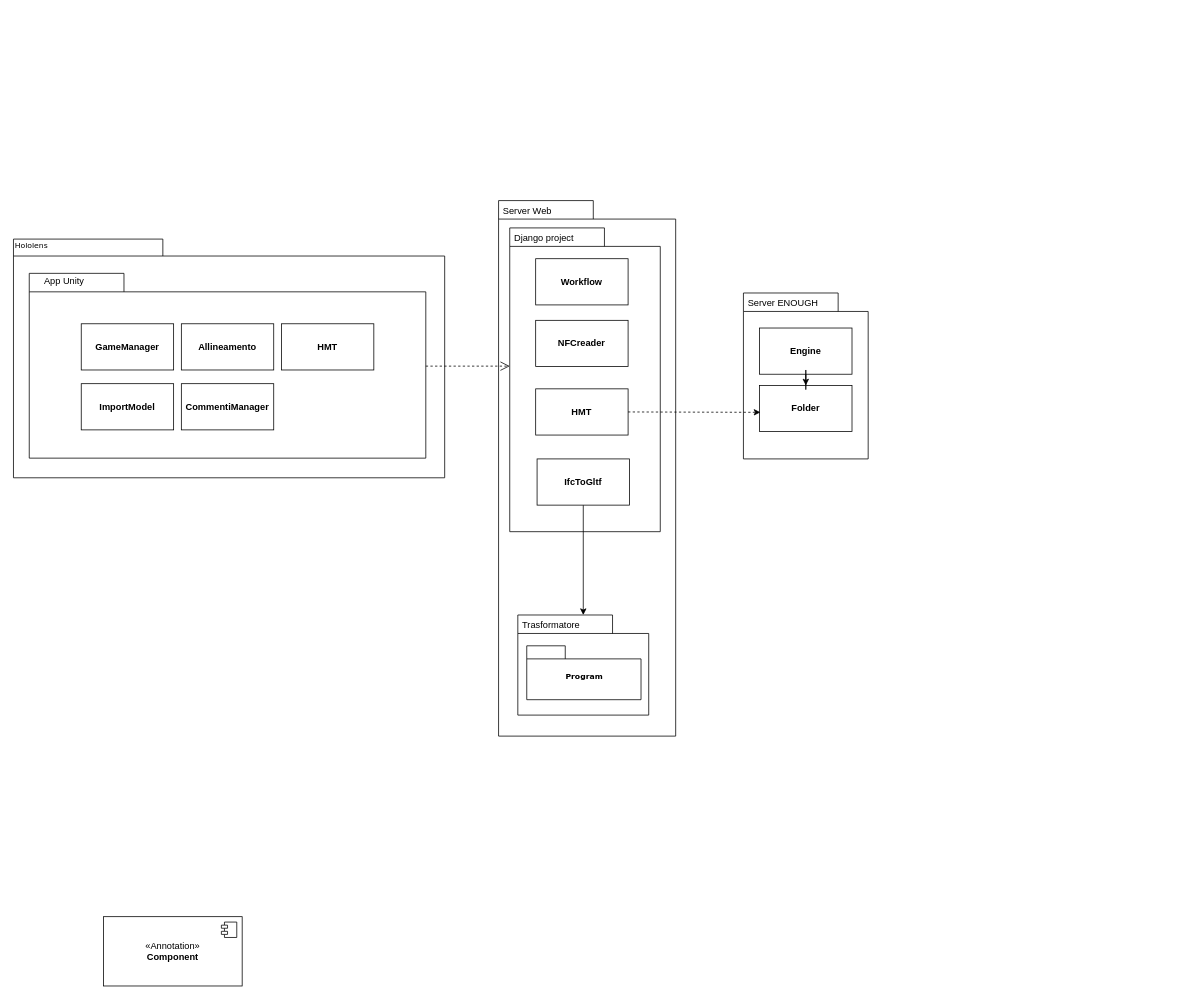
Above: Componenti/compinenti.drawio in f94f/ENOGH-UML (draw.io), before the change. Source tidied: cells renumbered, new cells numbered last; positions are measured from the earlier drawing's top-left corner, leaving out a move shared by most shapes. Both pictures are drawn from the tidied source at 77%, with x=0, y=0 at pixel (13, 200).
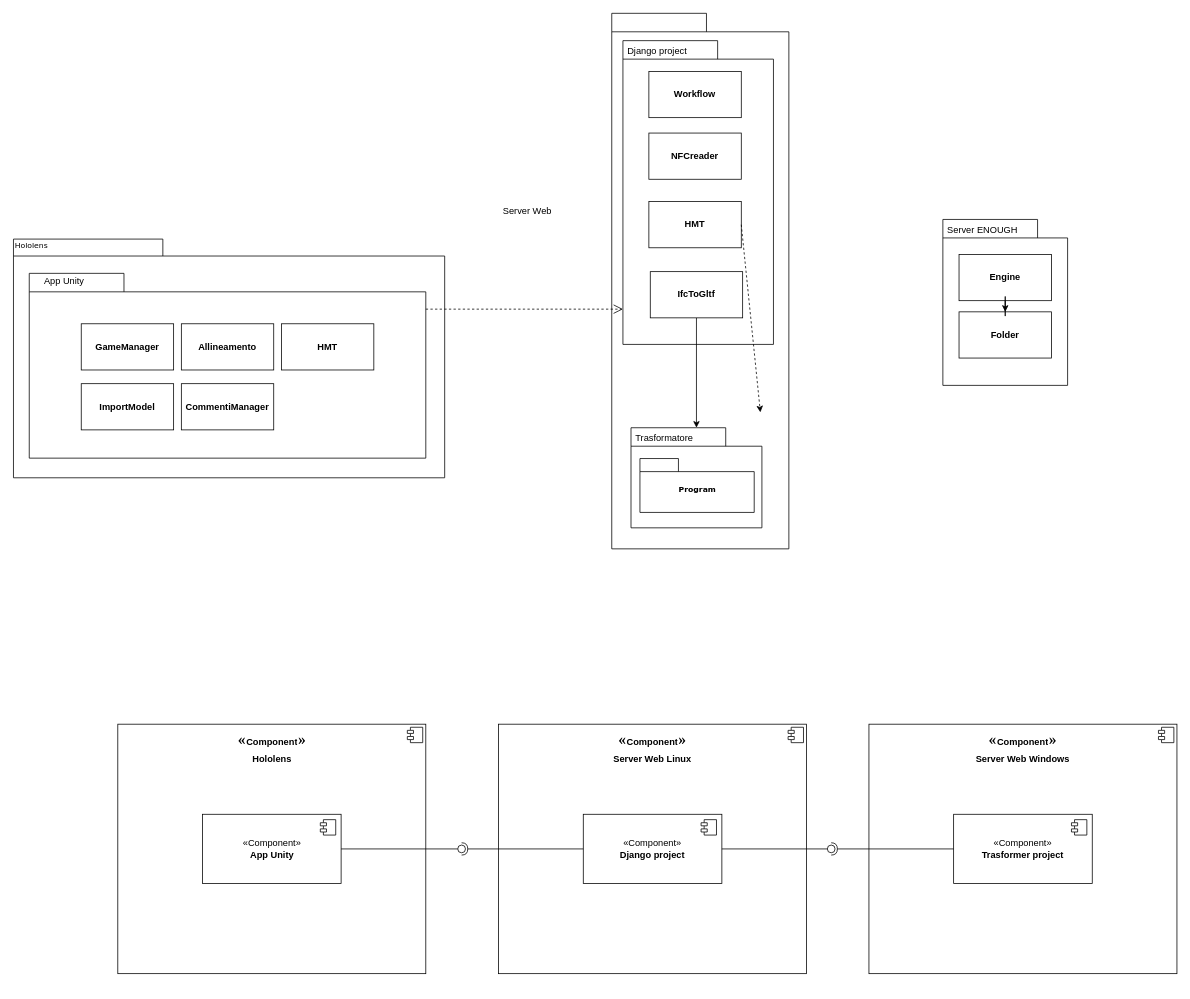
After the change.

The edit, as a diff of the source:
```diff
@@
     <mxCell id="2" style="shape=folder;fontStyle=1;spacingTop=10;tabWidth=123;tabHeight=24;tabPosition=left;html=1;rounded=0;shadow=0;comic=0;labelBackgroundColor=none;strokeWidth=1;fontFamily=Verdana;fontSize=10;align=center;" parent="1" vertex="1">
-      <mxGeometry x="948" y="120" width="162" height="215.5" as="geometry" />
+      <mxGeometry x="1207" y="24.5" width="162" height="215.5" as="geometry" />
     </mxCell>
     <mxCell id="3" value="&lt;b&gt;Engine&lt;br&gt;&lt;/b&gt;" style="rounded=0;whiteSpace=wrap;html=1;" parent="1" vertex="1">
-      <mxGeometry x="969" y="165.5" width="120" height="60" as="geometry" />
+      <mxGeometry x="1228" y="70" width="120" height="60" as="geometry" />
     </mxCell>
     <mxCell id="4" value="&lt;b&gt;Folder&lt;/b&gt;" style="rounded=0;whiteSpace=wrap;html=1;" parent="1" vertex="1">
-      <mxGeometry x="969" y="240" width="120" height="60" as="geometry" />
+      <mxGeometry x="1228" y="144.5" width="120" height="60" as="geometry" />
     </mxCell>
@@
     <mxCell id="6" value="Server ENOUGH" style="text;strokeColor=none;fillColor=none;align=left;verticalAlign=top;spacingLeft=4;spacingRight=4;overflow=hidden;" parent="1" vertex="1">
-      <mxGeometry x="948" y="120" width="125.5" height="26" as="geometry" />
+      <mxGeometry x="1207" y="24.5" width="125.5" height="26" as="geometry" />
     </mxCell>
     <mxCell id="7" style="group;" parent="1" vertex="1">
-      <mxGeometry x="630" width="230" height="695.5" as="geometry" />
+      <mxGeometry x="777" y="-243.2" width="230" height="695.5" as="geometry" />
     </mxCell>
@@
-    <mxCell id="33" value="&amp;laquo;Annotation&amp;raquo;&lt;br/&gt;&lt;b&gt;Component&lt;/b&gt;" style="html=1;whiteSpace=wrap;" parent="1" vertex="1">
-      <mxGeometry x="117" y="930" width="180" height="90" as="geometry" />
-    </mxCell>
-    <mxCell id="34" style="shape=module;jettyWidth=8;jettyHeight=4;" parent="33" vertex="1">
-      <mxGeometry x="1" width="20" height="20" relative="1" as="geometry">
-        <mxPoint x="-27" y="7" as="offset" />
-      </mxGeometry>
-    </mxCell>
+    <mxCell id="35" value="&lt;p style=&quot;margin:0px;margin-top:6px;text-align:center;&quot;&gt;&lt;span style=&quot;background-color: rgb(255, 255, 255); font-family: &amp;quot;Linux Libertine&amp;quot;, Georgia, Times, &amp;quot;Source Serif Pro&amp;quot;, serif; font-size: 1.8em; text-align: left;&quot;&gt;«&lt;/span&gt;&lt;b style=&quot;background-color: initial;&quot;&gt;Component&lt;/b&gt;&lt;span style=&quot;background-color: rgb(255, 255, 255); font-family: &amp;quot;Linux Libertine&amp;quot;, Georgia, Times, &amp;quot;Source Serif Pro&amp;quot;, serif; font-size: 1.8em; text-align: left;&quot;&gt;»&lt;/span&gt;&lt;/p&gt;&lt;p style=&quot;margin:0px;margin-top:6px;text-align:center;&quot;&gt;&lt;b&gt;Hololens&lt;/b&gt;&lt;/p&gt;&lt;p style=&quot;margin:0px;margin-left:8px;&quot;&gt;&lt;br&gt;&lt;/p&gt;" style="align=left;overflow=fill;html=1;whiteSpace=wrap;" parent="1" vertex="1">
+      <mxGeometry x="135.5" y="680" width="400" height="324" as="geometry" />
+    </mxCell>
+    <mxCell id="36" style="shape=component;jettyWidth=8;jettyHeight=4;" parent="35" vertex="1">
+      <mxGeometry x="1" width="20" height="20" relative="1" as="geometry">
+        <mxPoint x="-24" y="4" as="offset" />
+      </mxGeometry>
+    </mxCell>
+    <mxCell id="37" value="«Component»&lt;br&gt;&lt;b&gt;App Unity&lt;/b&gt;" style="html=1;whiteSpace=wrap;" parent="1" vertex="1">
+      <mxGeometry x="245.5" y="797" width="180" height="90" as="geometry" />
+    </mxCell>
+    <mxCell id="38" style="shape=module;jettyWidth=8;jettyHeight=4;" parent="37" vertex="1">
+      <mxGeometry x="1" width="20" height="20" relative="1" as="geometry">
+        <mxPoint x="-27" y="7" as="offset" />
+      </mxGeometry>
+    </mxCell>
+    <mxCell id="39" value="&lt;p style=&quot;margin:0px;margin-top:6px;text-align:center;&quot;&gt;&lt;span style=&quot;background-color: rgb(255, 255, 255); font-family: &amp;quot;Linux Libertine&amp;quot;, Georgia, Times, &amp;quot;Source Serif Pro&amp;quot;, serif; font-size: 1.8em; text-align: left;&quot;&gt;«&lt;/span&gt;&lt;b style=&quot;background-color: initial;&quot;&gt;Component&lt;/b&gt;&lt;span style=&quot;background-color: rgb(255, 255, 255); font-family: &amp;quot;Linux Libertine&amp;quot;, Georgia, Times, &amp;quot;Source Serif Pro&amp;quot;, serif; font-size: 1.8em; text-align: left;&quot;&gt;»&lt;/span&gt;&lt;/p&gt;&lt;p style=&quot;margin:0px;margin-top:6px;text-align:center;&quot;&gt;&lt;b&gt;Server Web Linux&lt;/b&gt;&lt;/p&gt;&lt;p style=&quot;margin:0px;margin-left:8px;&quot;&gt;&lt;br&gt;&lt;/p&gt;" style="align=left;overflow=fill;html=1;whiteSpace=wrap;" parent="1" vertex="1">
+      <mxGeometry x="630" y="680" width="400" height="324" as="geometry" />
+    </mxCell>
+    <mxCell id="40" style="shape=component;jettyWidth=8;jettyHeight=4;" parent="39" vertex="1">
+      <mxGeometry x="1" width="20" height="20" relative="1" as="geometry">
+        <mxPoint x="-24" y="4" as="offset" />
+      </mxGeometry>
+    </mxCell>
+    <mxCell id="41" value="«Component»&lt;br&gt;&lt;b&gt;Django project&lt;/b&gt;" style="html=1;whiteSpace=wrap;" parent="1" vertex="1">
+      <mxGeometry x="740" y="797" width="180" height="90" as="geometry" />
+    </mxCell>
+    <mxCell id="42" style="shape=module;jettyWidth=8;jettyHeight=4;" parent="41" vertex="1">
+      <mxGeometry x="1" width="20" height="20" relative="1" as="geometry">
+        <mxPoint x="-27" y="7" as="offset" />
+      </mxGeometry>
+    </mxCell>
+    <mxCell id="43" style="rounded=0;jettySize=auto;html=1;endArrow=halfCircle;endFill=0;endSize=6;strokeWidth=1;sketch=0;exitX=0;exitY=0.5;exitDx=0;exitDy=0;" parent="1" edge="1" source="41" target="45">
+      <mxGeometry relative="1" as="geometry" />
+    </mxCell>
+    <mxCell id="44" style="rounded=0;jettySize=auto;html=1;endArrow=oval;endFill=0;sketch=0;sourcePerimeterSpacing=0;targetPerimeterSpacing=0;endSize=10;exitX=1;exitY=0.5;exitDx=0;exitDy=0;" parent="1" edge="1" source="37" target="45">
+      <mxGeometry relative="1" as="geometry" />
+    </mxCell>
+    <mxCell id="45" style="ellipse;whiteSpace=wrap;html=1;align=center;fillColor=none;strokeColor=none;perimeter=centerPerimeter;points=[];outlineConnect=1;" parent="1" vertex="1">
+      <mxGeometry x="577" y="837" width="10" height="10" as="geometry" />
+    </mxCell>
+    <mxCell id="46" value="&lt;p style=&quot;margin:0px;margin-top:6px;text-align:center;&quot;&gt;&lt;span style=&quot;background-color: rgb(255, 255, 255); font-family: &amp;quot;Linux Libertine&amp;quot;, Georgia, Times, &amp;quot;Source Serif Pro&amp;quot;, serif; font-size: 1.8em; text-align: left;&quot;&gt;«&lt;/span&gt;&lt;b style=&quot;background-color: initial;&quot;&gt;Component&lt;/b&gt;&lt;span style=&quot;background-color: rgb(255, 255, 255); font-family: &amp;quot;Linux Libertine&amp;quot;, Georgia, Times, &amp;quot;Source Serif Pro&amp;quot;, serif; font-size: 1.8em; text-align: left;&quot;&gt;»&lt;/span&gt;&lt;/p&gt;&lt;p style=&quot;margin:0px;margin-top:6px;text-align:center;&quot;&gt;&lt;b&gt;Server Web Windows&lt;/b&gt;&lt;/p&gt;&lt;p style=&quot;margin:0px;margin-left:8px;&quot;&gt;&lt;br&gt;&lt;/p&gt;" style="align=left;overflow=fill;html=1;whiteSpace=wrap;" parent="1" vertex="1">
+      <mxGeometry x="1111" y="680" width="400" height="324" as="geometry" />
+    </mxCell>
+    <mxCell id="47" style="shape=component;jettyWidth=8;jettyHeight=4;" parent="46" vertex="1">
+      <mxGeometry x="1" width="20" height="20" relative="1" as="geometry">
+        <mxPoint x="-24" y="4" as="offset" />
+      </mxGeometry>
+    </mxCell>
+    <mxCell id="48" value="«Component»&lt;br&gt;&lt;b&gt;Trasformer project&lt;/b&gt;" style="html=1;whiteSpace=wrap;" parent="1" vertex="1">
+      <mxGeometry x="1221" y="797" width="180" height="90" as="geometry" />
+    </mxCell>
+    <mxCell id="49" style="shape=module;jettyWidth=8;jettyHeight=4;" parent="48" vertex="1">
+      <mxGeometry x="1" width="20" height="20" relative="1" as="geometry">
+        <mxPoint x="-27" y="7" as="offset" />
+      </mxGeometry>
+    </mxCell>
+    <mxCell id="50" style="rounded=0;jettySize=auto;html=1;endArrow=halfCircle;endFill=0;endSize=6;strokeWidth=1;sketch=0;exitX=0;exitY=0.5;exitDx=0;exitDy=0;" parent="1" edge="1" source="48" target="52">
+      <mxGeometry relative="1" as="geometry" />
+    </mxCell>
+    <mxCell id="51" style="rounded=0;jettySize=auto;html=1;endArrow=oval;endFill=0;sketch=0;sourcePerimeterSpacing=0;targetPerimeterSpacing=0;endSize=10;exitX=1;exitY=0.5;exitDx=0;exitDy=0;" parent="1" edge="1" source="41" target="52">
+      <mxGeometry relative="1" as="geometry" />
+    </mxCell>
+    <mxCell id="52" style="ellipse;whiteSpace=wrap;html=1;align=center;fillColor=none;strokeColor=none;perimeter=centerPerimeter;points=[];outlineConnect=1;" parent="1" vertex="1">
+      <mxGeometry x="1057" y="837" width="10" height="10" as="geometry" />
+    </mxCell>
```
